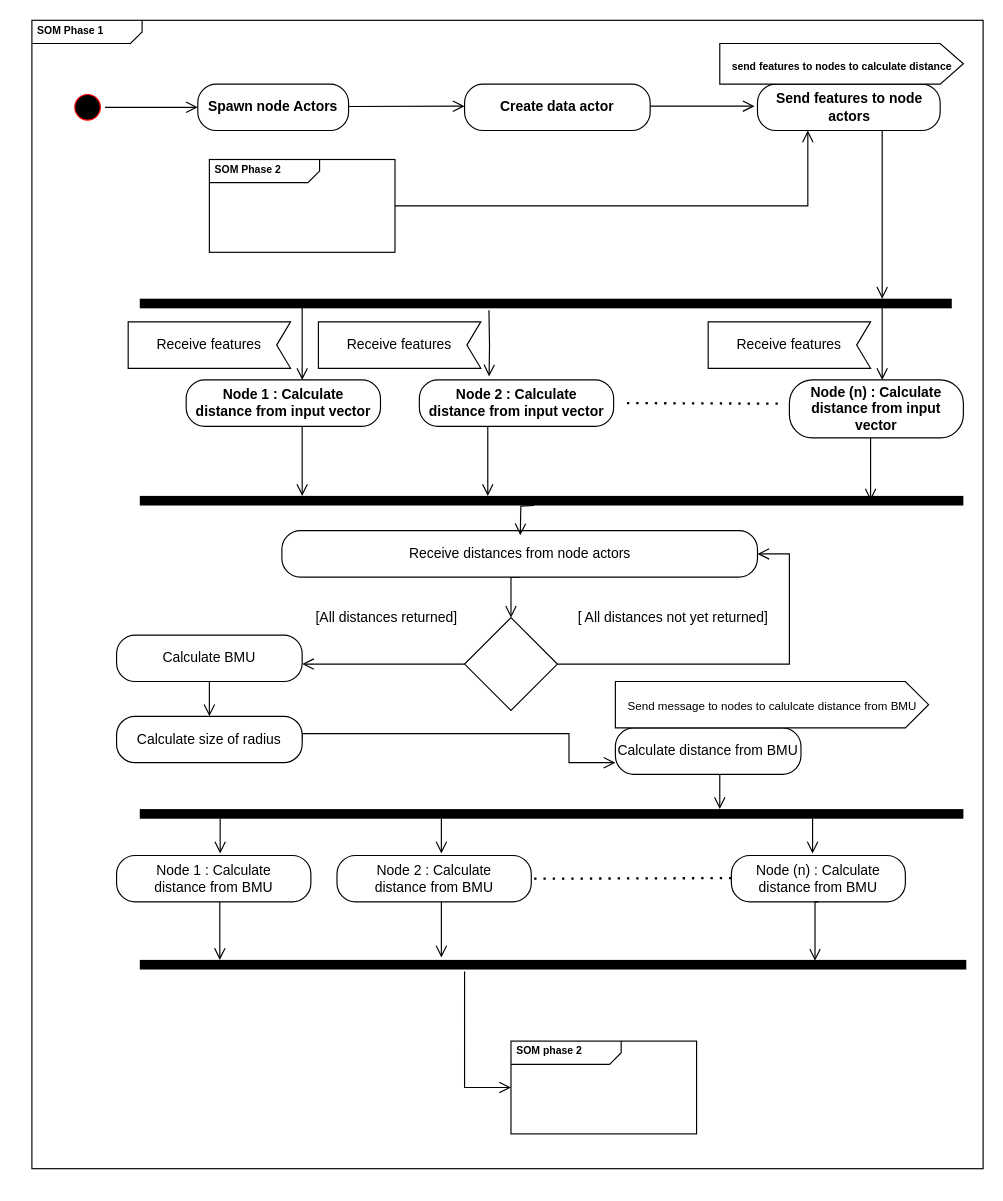
This is mainActivityDiagram.drawio from vanelopethecoder/som-basic, a draw.io file, before an edit. Source tidied: cells renumbered, new cells numbered last; positions are measured from the earlier drawing's top-left corner, leaving out a move shared by most shapes. Both pictures are drawn from the tidied source at 116%, with x=0, y=0 at pixel (31, 20).
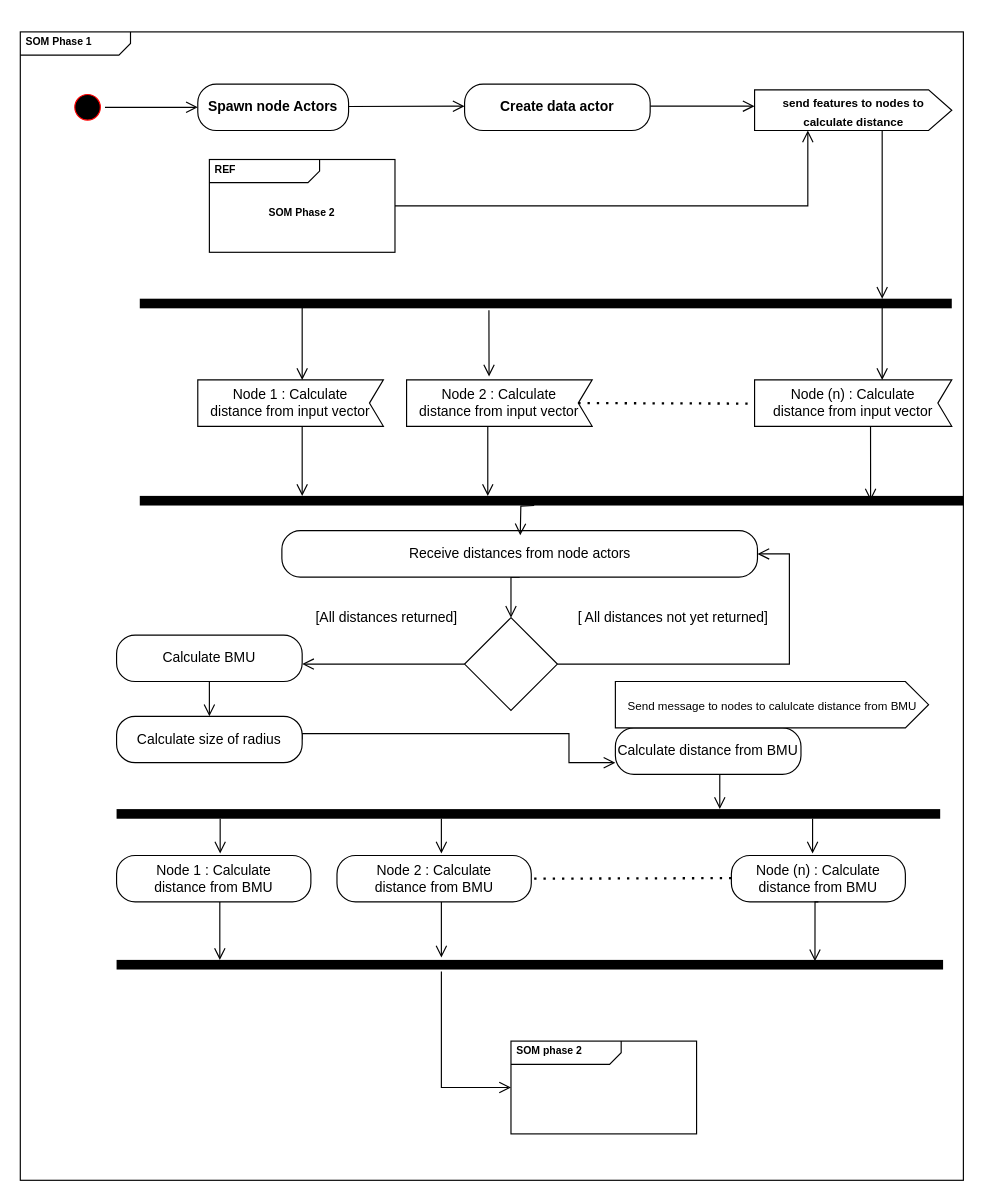
After the change.

The change refers to these unchanged cells:
```xml
<mxCell id="46" value="&lt;span style=&quot;text-align: left&quot;&gt;Node (n) : Calculate&lt;/span&gt;&lt;br style=&quot;text-align: left&quot;&gt;&lt;span style=&quot;text-align: left&quot;&gt;distance from BMU&lt;/span&gt;" style="rounded=1;whiteSpace=wrap;html=1;arcSize=40;fontColor=#000000;fillColor=#FFFFFF;strokeColor=#000000;" parent="1" vertex="1">
  <mxGeometry x="603" y="720" width="150" height="40" as="geometry" />
</mxCell>
```

What changed in the source:
```diff
@@
     <mxCell id="2" value="&lt;p style=&quot;margin: 0px ; margin-top: 4px ; margin-left: 5px ; text-align: left&quot;&gt;&lt;b&gt;SOM Phase 1&lt;/b&gt;&lt;/p&gt;" style="html=1;shape=mxgraph.sysml.package;overflow=fill;labelX=95;align=left;spacingLeft=5;verticalAlign=top;spacingTop=-3;fontSize=9;" parent="1" vertex="1">
-      <mxGeometry width="820" height="990" as="geometry" />
+      <mxGeometry x="-10" y="10" width="813" height="990" as="geometry" />
     </mxCell>
@@
-    <mxCell id="7" style="edgeStyle=orthogonalEdgeStyle;html=1;verticalAlign=bottom;endArrow=open;endSize=8;strokeColor=#000000;rounded=0;entryX=0.359;entryY=-0.075;entryDx=0;entryDy=0;entryPerimeter=0;" parent="1" edge="1" target="31">
+    <mxCell id="7" style="edgeStyle=orthogonalEdgeStyle;html=1;verticalAlign=bottom;endArrow=open;endSize=8;strokeColor=#000000;rounded=0;entryX=0.359;entryY=-0.075;entryDx=0;entryDy=0;entryPerimeter=0;" parent="1" edge="1">
       <mxGeometry relative="1" as="geometry">
         <mxPoint x="394" y="250" as="sourcePoint" />
+        <mxPoint x="394.1" y="307" as="targetPoint" />
+        <Array as="points">
+          <mxPoint x="394" y="260" />
+          <mxPoint x="394" y="260" />
+        </Array>
       </mxGeometry>
     </mxCell>
@@
-    <mxCell id="11" style="endArrow=none;dashed=1;html=1;dashPattern=1 3;strokeWidth=2;rounded=0;exitX=1;exitY=0.25;exitDx=0;exitDy=0;" parent="1" edge="1">
+    <mxCell id="11" style="endArrow=none;dashed=1;html=1;dashPattern=1 3;strokeWidth=2;rounded=0;exitX=0;exitY=0.5;exitDx=12;exitDy=0;exitPerimeter=0;" parent="1" edge="1" source="52">
       <mxGeometry relative="1" as="geometry">
-        <mxPoint x="513" y="330" as="sourcePoint" />
         <mxPoint x="643" y="330.5" as="targetPoint" />
       </mxGeometry>
     </mxCell>
@@
     <mxCell id="21" style="html=1;perimeter=orthogonalPerimeter;fillColor=#000000;strokeColor=none;direction=north;" parent="1" vertex="1">
-      <mxGeometry x="93" y="680" width="710" height="8.3" as="geometry" />
+      <mxGeometry x="73" y="680" width="710" height="8.3" as="geometry" />
     </mxCell>
@@
-    <mxCell id="28" value="&lt;b&gt;Send features to node actors&lt;/b&gt;" style="rounded=1;whiteSpace=wrap;html=1;arcSize=40;fontColor=#000000;fillColor=#FFFFFF;strokeColor=#000000;" parent="1" vertex="1">
-      <mxGeometry x="625.5" y="55" width="157.5" height="40" as="geometry" />
-    </mxCell>
@@
-    <mxCell id="30" value="&lt;b&gt;&lt;span style=&quot;text-align: left&quot;&gt;Node 1 : Calculate&lt;/span&gt;&lt;br style=&quot;text-align: left&quot;&gt;&lt;span style=&quot;text-align: left&quot;&gt;distance from input vector&lt;/span&gt;&lt;/b&gt;" style="rounded=1;whiteSpace=wrap;html=1;arcSize=40;fontColor=#000000;fillColor=#FFFFFF;strokeColor=#000000;" parent="1" vertex="1">
-      <mxGeometry x="133" y="310" width="167.5" height="40" as="geometry" />
-    </mxCell>
-    <mxCell id="31" value="&lt;b&gt;&lt;span style=&quot;text-align: left&quot;&gt;Node 2 : Calculate&lt;/span&gt;&lt;br style=&quot;text-align: left&quot;&gt;&lt;span style=&quot;text-align: left&quot;&gt;distance from input vector&lt;/span&gt;&lt;/b&gt;" style="rounded=1;whiteSpace=wrap;html=1;arcSize=40;fontColor=#000000;fillColor=#FFFFFF;strokeColor=#000000;" parent="1" vertex="1">
-      <mxGeometry x="334" y="310" width="167.5" height="40" as="geometry" />
-    </mxCell>
-    <mxCell id="32" value="&lt;b&gt;&lt;span style=&quot;text-align: left&quot;&gt;Node (n) : Calculate&lt;/span&gt;&lt;br style=&quot;text-align: left&quot;&gt;&lt;span style=&quot;text-align: left&quot;&gt;distance from input vector&lt;/span&gt;&lt;/b&gt;" style="rounded=1;whiteSpace=wrap;html=1;arcSize=40;fontColor=#000000;fillColor=#FFFFFF;strokeColor=#000000;" parent="1" vertex="1">
-      <mxGeometry x="653" y="310" width="150" height="50" as="geometry" />
-    </mxCell>
@@
-    <mxCell id="34" style="edgeStyle=orthogonalEdgeStyle;html=1;verticalAlign=bottom;endArrow=open;endSize=8;strokeColor=#000000;rounded=0;" parent="1" edge="1">
+    <mxCell id="34" style="edgeStyle=orthogonalEdgeStyle;html=1;verticalAlign=bottom;endArrow=open;endSize=8;strokeColor=#000000;rounded=0;exitX=0.412;exitY=1.005;exitDx=0;exitDy=0;exitPerimeter=0;" parent="1" edge="1" source="53">
       <mxGeometry relative="1" as="geometry">
-        <mxPoint x="723" y="360" as="sourcePoint" />
         <mxPoint x="723" y="414" as="targetPoint" />
-        <Array as="points">
-          <mxPoint x="723" y="384" />
-          <mxPoint x="723" y="384" />
-        </Array>
       </mxGeometry>
     </mxCell>
@@
-    <mxCell id="47" style="edgeStyle=orthogonalEdgeStyle;html=1;verticalAlign=bottom;endArrow=open;endSize=8;strokeColor=#000000;rounded=0;exitX=0.5;exitY=1;exitDx=0;exitDy=0;entryX=0.904;entryY=0.817;entryDx=0;entryDy=0;entryPerimeter=0;" parent="1" edge="1" source="46" target="48">
+    <mxCell id="47" style="edgeStyle=orthogonalEdgeStyle;html=1;verticalAlign=bottom;endArrow=open;endSize=8;strokeColor=#000000;rounded=0;exitX=0.5;exitY=1;exitDx=0;exitDy=0;entryX=0.856;entryY=0.845;entryDx=0;entryDy=0;entryPerimeter=0;" parent="1" edge="1" source="46" target="48">
       <mxGeometry relative="1" as="geometry">
         <Array as="points">
           <mxPoint x="675" y="760" />
         </Array>
       </mxGeometry>
     </mxCell>
     <mxCell id="48" style="html=1;points=[];perimeter=orthogonalPerimeter;fillColor=#000000;strokeColor=none;direction=north;" parent="1" vertex="1">
-      <mxGeometry x="93" y="810" width="712.5" height="8.3" as="geometry" />
+      <mxGeometry x="73" y="810" width="712.5" height="8.3" as="geometry" />
     </mxCell>
@@
-    <mxCell id="50" value="&lt;font style=&quot;font-size: 9px&quot;&gt;&lt;b&gt;send features to nodes to calculate distance&lt;/b&gt;&lt;/font&gt;" style="html=1;shape=mxgraph.infographic.ribbonSimple;notch1=0;notch2=20;align=center;verticalAlign=middle;fontSize=14;fontStyle=0;fillColor=#FFFFFF;" parent="1" vertex="1">
-      <mxGeometry x="593" y="20" width="210" height="35" as="geometry" />
+    <mxCell id="50" value="&lt;font style=&quot;font-size: 10px&quot;&gt;&lt;b&gt;send features to nodes to &lt;br&gt;calculate distance&lt;/b&gt;&lt;/font&gt;" style="html=1;shape=mxgraph.infographic.ribbonSimple;notch1=0;notch2=20;align=center;verticalAlign=middle;fontSize=14;fontStyle=0;fillColor=#FFFFFF;" parent="1" vertex="1">
+      <mxGeometry x="623" y="60" width="170" height="35" as="geometry" />
     </mxCell>
-    <mxCell id="51" value="Receive features" style="shape=mxgraph.sysml.accEvent;flipH=1;whiteSpace=wrap;align=center;" parent="1" vertex="1">
-      <mxGeometry x="83" y="260" width="140" height="40" as="geometry" />
+    <mxCell id="51" value="Node 1 : Calculate&#10;distance from input vector" style="shape=mxgraph.sysml.accEvent;flipH=1;whiteSpace=wrap;align=center;" parent="1" vertex="1">
+      <mxGeometry x="143" y="310" width="160" height="40" as="geometry" />
     </mxCell>
-    <mxCell id="52" value="Receive features" style="shape=mxgraph.sysml.accEvent;flipH=1;whiteSpace=wrap;align=center;" parent="1" vertex="1">
-      <mxGeometry x="247" y="260" width="140" height="40" as="geometry" />
+    <mxCell id="52" value="Node 2 : Calculate&#10;distance from input vector" style="shape=mxgraph.sysml.accEvent;flipH=1;whiteSpace=wrap;align=center;" parent="1" vertex="1">
+      <mxGeometry x="323" y="310" width="160" height="40" as="geometry" />
     </mxCell>
-    <mxCell id="53" value="Receive features" style="shape=mxgraph.sysml.accEvent;flipH=1;whiteSpace=wrap;align=center;" parent="1" vertex="1">
-      <mxGeometry x="583" y="260" width="140" height="40" as="geometry" />
+    <mxCell id="53" value="Node (n) : Calculate&#10;distance from input vector" style="shape=mxgraph.sysml.accEvent;flipH=1;whiteSpace=wrap;align=center;" parent="1" vertex="1">
+      <mxGeometry x="623" y="310" width="170" height="40" as="geometry" />
     </mxCell>
@@
-    <mxCell id="55" value="&lt;p style=&quot;margin: 0px ; margin-top: 4px ; margin-left: 5px ; text-align: left&quot;&gt;&lt;b&gt;SOM Phase 2&lt;/b&gt;&lt;/p&gt;" style="html=1;shape=mxgraph.sysml.package;overflow=fill;labelX=95;align=left;spacingLeft=5;verticalAlign=top;spacingTop=-3;fontSize=9;" parent="1" vertex="1">
+    <mxCell id="55" value="&lt;p style=&quot;margin: 0px ; margin-top: 4px ; margin-left: 5px ; text-align: left&quot;&gt;&lt;b&gt;REF&lt;/b&gt;&lt;/p&gt;" style="html=1;shape=mxgraph.sysml.package;overflow=fill;labelX=95;align=left;spacingLeft=5;verticalAlign=top;spacingTop=-3;fontSize=9;" parent="1" vertex="1">
       <mxGeometry x="153" y="120" width="160" height="80" as="geometry" />
     </mxCell>
@@
+    <mxCell id="58" value="&lt;b style=&quot;font-size: 9px ; text-align: left&quot;&gt;SOM Phase 2&lt;/b&gt;" style="text;html=1;strokeColor=none;fillColor=none;align=center;verticalAlign=middle;whiteSpace=wrap;rounded=0;" parent="1" vertex="1">
+      <mxGeometry x="203" y="150" width="60" height="30" as="geometry" />
+    </mxCell>
```
